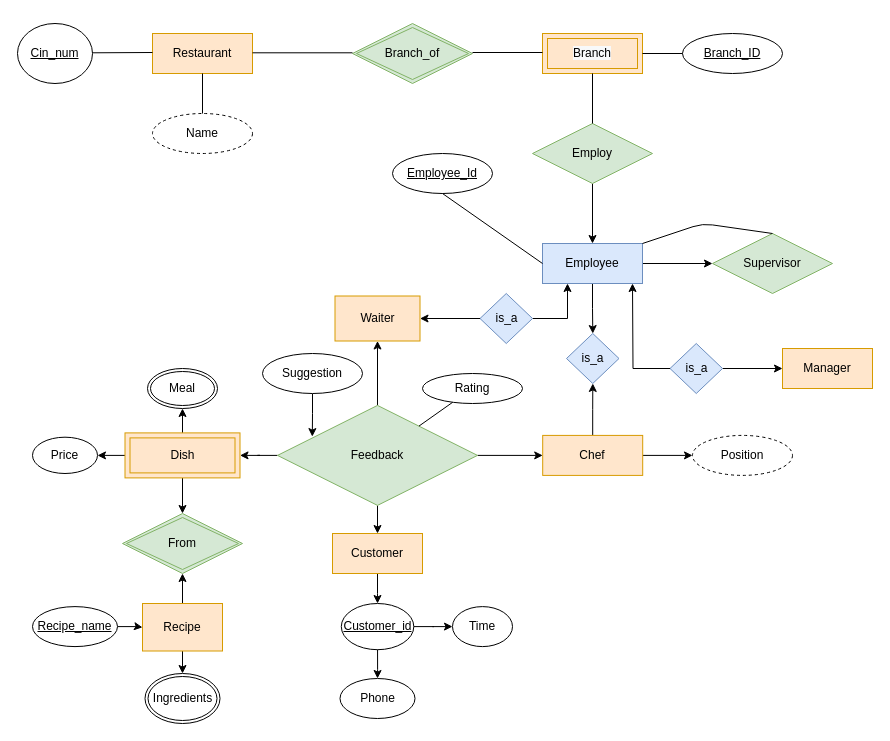
The draw.io diagram Restaurant Ratings.drawio in sarthaka1310/DAA, before the edit. Source tidied: cells renumbered, new cells numbered last; positions are measured from the earlier drawing's top-left corner, leaving out a move shared by most shapes. Both pictures are drawn from the tidied source at 100%, with x=0, y=0 at pixel (17, 23).
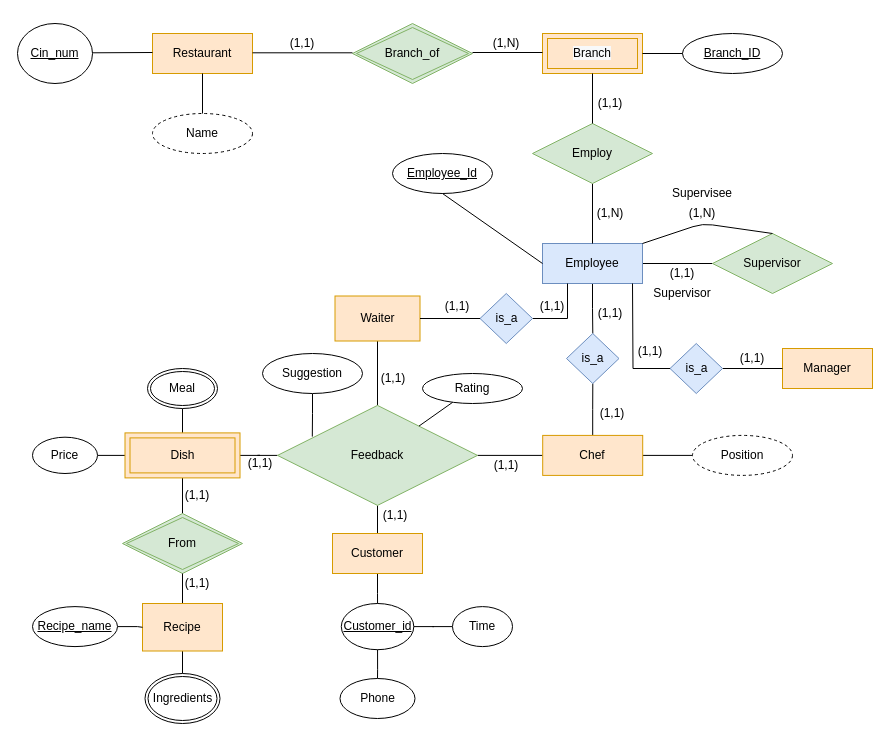
The same diagram, later.

Unchanged cells that the change refers to:
```xml
<mxCell id="6" value="Feedback" style="rhombus;whiteSpace=wrap;html=1;fillColor=#d5e8d4;strokeColor=#82b366;" parent="1" vertex="1">
  <mxGeometry x="260" y="381.9" width="200" height="100" as="geometry" />
</mxCell>
<mxCell id="9" value="Chef" style="whiteSpace=wrap;html=1;align=center;fillColor=#ffe6cc;strokeColor=#d79b00;" parent="1" vertex="1">
  <mxGeometry x="525.2" y="411.9" width="100" height="40" as="geometry" />
</mxCell>
<mxCell id="10" value="Waiter" style="whiteSpace=wrap;html=1;fillColor=#ffe6cc;strokeColor=#d79b00;" parent="1" vertex="1">
  <mxGeometry x="317.5" y="272.5" width="85" height="45" as="geometry" />
</mxCell>
<mxCell id="14" value="Employee" style="whiteSpace=wrap;html=1;align=center;fillColor=#dae8fc;strokeColor=#6c8ebf;" parent="1" vertex="1">
  <mxGeometry x="525" y="220" width="100" height="40" as="geometry" />
</mxCell>
<mxCell id="15" value="Position" style="ellipse;whiteSpace=wrap;html=1;align=center;dashed=1;" parent="1" vertex="1">
  <mxGeometry x="675" y="411.9" width="100" height="40" as="geometry" />
</mxCell>
<mxCell id="19" value="Dish" style="shape=ext;margin=3;double=1;whiteSpace=wrap;html=1;align=center;fillColor=#ffe6cc;strokeColor=#d79b00;" parent="1" vertex="1">
  <mxGeometry x="107.5" y="409.4" width="115" height="45" as="geometry" />
</mxCell>
<mxCell id="23" value="Employ" style="shape=rhombus;perimeter=rhombusPerimeter;whiteSpace=wrap;html=1;align=center;fillColor=#d5e8d4;strokeColor=#82b366;" parent="1" vertex="1">
  <mxGeometry x="515" y="100" width="120" height="60" as="geometry" />
</mxCell>
<mxCell id="27" value="From" style="shape=rhombus;double=1;perimeter=rhombusPerimeter;whiteSpace=wrap;html=1;align=center;fillColor=#d5e8d4;strokeColor=#82b366;" parent="1" vertex="1">
  <mxGeometry x="105" y="490" width="120" height="60" as="geometry" />
</mxCell>
<mxCell id="30" value="Supervisor" style="shape=rhombus;perimeter=rhombusPerimeter;whiteSpace=wrap;html=1;align=center;fillColor=#d5e8d4;strokeColor=#82b366;" parent="1" vertex="1">
  <mxGeometry x="695" y="210" width="120" height="60" as="geometry" />
</mxCell>
<mxCell id="31" value="is_a" style="rhombus;whiteSpace=wrap;html=1;fillColor=#dae8fc;strokeColor=#6c8ebf;" parent="1" vertex="1">
  <mxGeometry x="549" y="310" width="52.5" height="50" as="geometry" />
</mxCell>
<mxCell id="34" value="is_a" style="rhombus;whiteSpace=wrap;html=1;fillColor=#dae8fc;strokeColor=#6c8ebf;" parent="1" vertex="1">
  <mxGeometry x="462.5" y="270" width="52.5" height="50" as="geometry" />
</mxCell>
<mxCell id="36" value="Manager" style="rounded=0;whiteSpace=wrap;html=1;fillColor=#ffe6cc;strokeColor=#d79b00;" parent="1" vertex="1">
  <mxGeometry x="765" y="325" width="90" height="40" as="geometry" />
</mxCell>
<mxCell id="39" value="is_a" style="rhombus;whiteSpace=wrap;html=1;fillColor=#dae8fc;strokeColor=#6c8ebf;" parent="1" vertex="1">
  <mxGeometry x="652.5" y="320" width="52.5" height="50" as="geometry" />
</mxCell>
<mxCell id="41" value="Suggestion" style="ellipse;whiteSpace=wrap;html=1;align=center;" parent="1" vertex="1">
  <mxGeometry x="245" y="330" width="100" height="40" as="geometry" />
</mxCell>
<mxCell id="43" value="Price" style="ellipse;whiteSpace=wrap;html=1;align=center;" parent="1" vertex="1">
  <mxGeometry x="15" y="413.7" width="65" height="36.3" as="geometry" />
</mxCell>
<mxCell id="46" value="Recipe" style="whiteSpace=wrap;html=1;fillColor=#ffe6cc;strokeColor=#d79b00;" parent="1" vertex="1">
  <mxGeometry x="125" y="580" width="80" height="47.5" as="geometry" />
</mxCell>
<mxCell id="49" value="Customer_id" style="ellipse;whiteSpace=wrap;html=1;fillColor=none;fontStyle=4;" parent="1" vertex="1">
  <mxGeometry x="323.8" y="580" width="72.5" height="46.2" as="geometry" />
</mxCell>
<mxCell id="50" value="Ingredients" style="ellipse;shape=doubleEllipse;margin=3;whiteSpace=wrap;html=1;align=center;" parent="1" vertex="1">
  <mxGeometry x="127.5" y="650" width="75" height="50" as="geometry" />
</mxCell>
<mxCell id="52" value="Customer" style="whiteSpace=wrap;html=1;fillColor=#ffe6cc;strokeColor=#d79b00;" parent="1" vertex="1">
  <mxGeometry x="315" y="510" width="90" height="40" as="geometry" />
</mxCell>
<mxCell id="53" value="Meal" style="ellipse;shape=doubleEllipse;margin=3;whiteSpace=wrap;html=1;align=center;" parent="1" vertex="1">
  <mxGeometry x="130" y="345" width="70" height="40" as="geometry" />
</mxCell>
<mxCell id="54" value="Time" style="ellipse;whiteSpace=wrap;html=1;align=center;" parent="1" vertex="1">
  <mxGeometry x="435" y="583.1" width="60" height="40" as="geometry" />
</mxCell>
<mxCell id="55" value="Phone" style="ellipse;whiteSpace=wrap;html=1;align=center;" parent="1" vertex="1">
  <mxGeometry x="322.5" y="655" width="75" height="40" as="geometry" />
</mxCell>
<mxCell id="57" value="Recipe_name" style="ellipse;whiteSpace=wrap;html=1;align=center;fontStyle=4;" parent="1" vertex="1">
  <mxGeometry x="15" y="583.1" width="85" height="40" as="geometry" />
</mxCell>
```

The edit, as a diff of the source:
```diff
@@
-    <mxCell id="2" style="edgeStyle=orthogonalEdgeStyle;rounded=0;jettySize=auto;html=1;" parent="1" edge="1" source="6" target="9">
+    <mxCell id="2" style="edgeStyle=orthogonalEdgeStyle;rounded=0;jettySize=auto;html=1;endArrow=none;endFill=0;" parent="1" edge="1" source="6" target="9">
       <mxGeometry relative="1" as="geometry" />
     </mxCell>
-    <mxCell id="3" style="edgeStyle=orthogonalEdgeStyle;rounded=0;jettySize=auto;html=1;" parent="1" edge="1" source="6" target="10">
+    <mxCell id="3" style="edgeStyle=orthogonalEdgeStyle;rounded=0;jettySize=auto;html=1;endArrow=none;endFill=0;" parent="1" edge="1" source="6" target="10">
       <mxGeometry relative="1" as="geometry" />
     </mxCell>
-    <mxCell id="4" style="edgeStyle=orthogonalEdgeStyle;rounded=0;jettySize=auto;html=1;" parent="1" edge="1" source="6" target="19">
+    <mxCell id="4" style="edgeStyle=orthogonalEdgeStyle;rounded=0;jettySize=auto;html=1;endArrow=none;endFill=0;" parent="1" edge="1" source="6" target="19">
       <mxGeometry relative="1" as="geometry" />
     </mxCell>
-    <mxCell id="5" style="edgeStyle=orthogonalEdgeStyle;rounded=0;jettySize=auto;html=1;" parent="1" edge="1" source="6" target="52">
+    <mxCell id="5" style="edgeStyle=orthogonalEdgeStyle;rounded=0;jettySize=auto;html=1;endArrow=none;endFill=0;" parent="1" edge="1" source="6" target="52">
       <mxGeometry relative="1" as="geometry" />
     </mxCell>
@@
-    <mxCell id="7" style="edgeStyle=orthogonalEdgeStyle;rounded=0;jettySize=auto;html=1;" parent="1" edge="1" source="9" target="15">
+    <mxCell id="7" style="edgeStyle=orthogonalEdgeStyle;rounded=0;jettySize=auto;html=1;endArrow=none;endFill=0;" parent="1" edge="1" source="9" target="15">
       <mxGeometry relative="1" as="geometry" />
     </mxCell>
-    <mxCell id="8" style="edgeStyle=orthogonalEdgeStyle;rounded=0;jettySize=auto;html=1;" parent="1" edge="1" source="9" target="31">
+    <mxCell id="8" style="edgeStyle=orthogonalEdgeStyle;rounded=0;jettySize=auto;html=1;endArrow=none;endFill=0;" parent="1" edge="1" source="9" target="31">
       <mxGeometry relative="1" as="geometry" />
     </mxCell>
@@
-    <mxCell id="12" style="edgeStyle=orthogonalEdgeStyle;rounded=0;jettySize=auto;html=1;" parent="1" edge="1" source="14" target="31">
+    <mxCell id="12" style="edgeStyle=orthogonalEdgeStyle;rounded=0;jettySize=auto;html=1;endArrow=none;endFill=0;" parent="1" edge="1" source="14" target="31">
       <mxGeometry relative="1" as="geometry" />
     </mxCell>
-    <mxCell id="13" style="edgeStyle=orthogonalEdgeStyle;rounded=0;jettySize=auto;html=1;" parent="1" edge="1" source="14" target="30">
+    <mxCell id="13" style="edgeStyle=orthogonalEdgeStyle;rounded=0;jettySize=auto;html=1;endArrow=none;endFill=0;" parent="1" edge="1" source="14" target="30">
       <mxGeometry relative="1" as="geometry" />
     </mxCell>
@@
-    <mxCell id="16" style="edgeStyle=orthogonalEdgeStyle;rounded=0;jettySize=auto;html=1;" parent="1" edge="1" source="19" target="27">
+    <mxCell id="16" style="edgeStyle=orthogonalEdgeStyle;rounded=0;jettySize=auto;html=1;endArrow=none;endFill=0;" parent="1" edge="1" source="19" target="27">
       <mxGeometry relative="1" as="geometry" />
     </mxCell>
-    <mxCell id="17" style="edgeStyle=orthogonalEdgeStyle;rounded=0;jettySize=auto;html=1;" parent="1" edge="1" source="19" target="43">
+    <mxCell id="17" style="edgeStyle=orthogonalEdgeStyle;rounded=0;jettySize=auto;html=1;endArrow=none;endFill=0;" parent="1" edge="1" source="19" target="43">
       <mxGeometry relative="1" as="geometry" />
     </mxCell>
-    <mxCell id="18" style="edgeStyle=orthogonalEdgeStyle;rounded=0;jettySize=auto;html=1;" parent="1" edge="1" source="19" target="53">
+    <mxCell id="18" style="edgeStyle=orthogonalEdgeStyle;rounded=0;jettySize=auto;html=1;endArrow=none;endFill=0;" parent="1" edge="1" source="19" target="53">
       <mxGeometry relative="1" as="geometry" />
     </mxCell>
@@
-    <mxCell id="22" style="edgeStyle=orthogonalEdgeStyle;rounded=0;jettySize=auto;html=1;" parent="1" edge="1" source="23" target="14">
+    <mxCell id="22" style="edgeStyle=orthogonalEdgeStyle;rounded=0;jettySize=auto;html=1;entryX=0.5;entryY=0;entryDx=0;entryDy=0;anchorPointDirection=1;startArrow=none;startFill=0;endArrow=none;endFill=0;" parent="1" edge="1" source="23" target="14">
       <mxGeometry relative="1" as="geometry" />
     </mxCell>
@@
-    <mxCell id="32" style="edgeStyle=orthogonalEdgeStyle;rounded=0;jettySize=auto;html=1;" parent="1" edge="1" source="34" target="10">
+    <mxCell id="32" style="edgeStyle=orthogonalEdgeStyle;rounded=0;jettySize=auto;html=1;endArrow=none;endFill=0;" parent="1" edge="1" source="34" target="10">
       <mxGeometry relative="1" as="geometry" />
     </mxCell>
-    <mxCell id="33" style="edgeStyle=orthogonalEdgeStyle;rounded=0;jettySize=auto;html=1;entryX=0.25;entryY=1;entryDx=0;entryDy=0;" parent="1" edge="1" source="34" target="14">
+    <mxCell id="33" style="edgeStyle=orthogonalEdgeStyle;rounded=0;jettySize=auto;html=1;entryX=0.25;entryY=1;entryDx=0;entryDy=0;endArrow=none;endFill=0;" parent="1" edge="1" source="34" target="14">
       <mxGeometry relative="1" as="geometry" />
     </mxCell>
@@
-    <mxCell id="37" style="edgeStyle=orthogonalEdgeStyle;rounded=0;jettySize=auto;html=1;" parent="1" edge="1" source="39" target="36">
+    <mxCell id="37" style="edgeStyle=orthogonalEdgeStyle;rounded=0;jettySize=auto;html=1;endArrow=none;endFill=0;" parent="1" edge="1" source="39" target="36">
       <mxGeometry relative="1" as="geometry" />
     </mxCell>
-    <mxCell id="38" style="edgeStyle=orthogonalEdgeStyle;rounded=0;jettySize=auto;html=1;" parent="1" edge="1" source="39">
+    <mxCell id="38" style="edgeStyle=orthogonalEdgeStyle;rounded=0;jettySize=auto;html=1;endArrow=none;endFill=0;" parent="1" edge="1" source="39">
       <mxGeometry relative="1" as="geometry">
         <mxPoint x="615" y="260" as="targetPoint" />
       </mxGeometry>
     </mxCell>
@@
-    <mxCell id="40" style="edgeStyle=orthogonalEdgeStyle;rounded=0;jettySize=auto;html=1;entryX=0.174;entryY=0.312;entryDx=0;entryDy=0;entryPerimeter=0;" parent="1" edge="1" source="41" target="6">
+    <mxCell id="40" style="edgeStyle=orthogonalEdgeStyle;rounded=0;jettySize=auto;html=1;entryX=0.174;entryY=0.312;entryDx=0;entryDy=0;entryPerimeter=0;endArrow=none;endFill=0;" parent="1" edge="1" source="41" target="6">
       <mxGeometry relative="1" as="geometry" />
     </mxCell>
@@
-    <mxCell id="44" style="edgeStyle=orthogonalEdgeStyle;rounded=0;jettySize=auto;html=1;" parent="1" edge="1" source="46" target="27">
+    <mxCell id="44" style="edgeStyle=orthogonalEdgeStyle;rounded=0;jettySize=auto;html=1;endArrow=none;endFill=0;" parent="1" edge="1" source="46" target="27">
       <mxGeometry relative="1" as="geometry" />
     </mxCell>
-    <mxCell id="45" style="edgeStyle=orthogonalEdgeStyle;rounded=0;jettySize=auto;html=1;" parent="1" edge="1" source="46" target="50">
+    <mxCell id="45" style="edgeStyle=orthogonalEdgeStyle;rounded=0;jettySize=auto;html=1;endArrow=none;endFill=0;" parent="1" edge="1" source="46" target="50">
       <mxGeometry relative="1" as="geometry" />
     </mxCell>
@@
-    <mxCell id="47" style="edgeStyle=orthogonalEdgeStyle;rounded=0;jettySize=auto;html=1;" parent="1" edge="1" source="49" target="54">
+    <mxCell id="47" style="edgeStyle=orthogonalEdgeStyle;rounded=0;jettySize=auto;html=1;endArrow=none;endFill=0;" parent="1" edge="1" source="49" target="54">
       <mxGeometry relative="1" as="geometry" />
     </mxCell>
-    <mxCell id="48" style="edgeStyle=orthogonalEdgeStyle;rounded=0;jettySize=auto;html=1;" parent="1" edge="1" source="49" target="55">
+    <mxCell id="48" style="edgeStyle=orthogonalEdgeStyle;rounded=0;jettySize=auto;html=1;endArrow=none;endFill=0;" parent="1" edge="1" source="49" target="55">
       <mxGeometry relative="1" as="geometry" />
     </mxCell>
@@
-    <mxCell id="51" style="edgeStyle=orthogonalEdgeStyle;rounded=0;jettySize=auto;html=1;" parent="1" edge="1" source="52" target="49">
+    <mxCell id="51" style="edgeStyle=orthogonalEdgeStyle;rounded=0;jettySize=auto;html=1;endArrow=none;endFill=0;" parent="1" edge="1" source="52" target="49">
       <mxGeometry relative="1" as="geometry" />
     </mxCell>
@@
-    <mxCell id="56" style="edgeStyle=orthogonalEdgeStyle;rounded=0;jettySize=auto;html=1;" parent="1" edge="1" source="57" target="46">
+    <mxCell id="56" style="edgeStyle=orthogonalEdgeStyle;rounded=0;jettySize=auto;html=1;endArrow=none;endFill=0;" parent="1" edge="1" source="57" target="46">
       <mxGeometry relative="1" as="geometry" />
     </mxCell>
@@
+    <mxCell id="65" value="(1,1)" style="text;html=1;strokeColor=none;fillColor=none;align=center;verticalAlign=middle;whiteSpace=wrap;rounded=0;" parent="1" vertex="1">
+      <mxGeometry x="265" y="10" width="40" height="20" as="geometry" />
+    </mxCell>
+    <mxCell id="66" value="(1,N)" style="text;html=1;strokeColor=none;fillColor=none;align=center;verticalAlign=middle;whiteSpace=wrap;rounded=0;" parent="1" vertex="1">
+      <mxGeometry x="468.8" y="10" width="40" height="20" as="geometry" />
+    </mxCell>
+    <mxCell id="67" value="(1,1)" style="text;html=1;strokeColor=none;fillColor=none;align=center;verticalAlign=middle;whiteSpace=wrap;rounded=0;" parent="1" vertex="1">
+      <mxGeometry x="572.5" y="70" width="40" height="20" as="geometry" />
+    </mxCell>
+    <mxCell id="68" value="(1,N)" style="text;html=1;strokeColor=none;fillColor=none;align=center;verticalAlign=middle;whiteSpace=wrap;rounded=0;" parent="1" vertex="1">
+      <mxGeometry x="572.5" y="180" width="40" height="20" as="geometry" />
+    </mxCell>
+    <mxCell id="69" value="(1,N)" style="text;html=1;strokeColor=none;fillColor=none;align=center;verticalAlign=middle;whiteSpace=wrap;rounded=0;" parent="1" vertex="1">
+      <mxGeometry x="665" y="180" width="40" height="20" as="geometry" />
+    </mxCell>
+    <mxCell id="70" value="(1,1)" style="text;html=1;strokeColor=none;fillColor=none;align=center;verticalAlign=middle;whiteSpace=wrap;rounded=0;" parent="1" vertex="1">
+      <mxGeometry x="645" y="240" width="40" height="20" as="geometry" />
+    </mxCell>
+    <mxCell id="71" value="(1,1)" style="text;html=1;strokeColor=none;fillColor=none;align=center;verticalAlign=middle;whiteSpace=wrap;rounded=0;" parent="1" vertex="1">
+      <mxGeometry x="612.5" y="317.5" width="40" height="20" as="geometry" />
+    </mxCell>
+    <mxCell id="72" value="(1,1)" style="text;html=1;strokeColor=none;fillColor=none;align=center;verticalAlign=middle;whiteSpace=wrap;rounded=0;" parent="1" vertex="1">
+      <mxGeometry x="715" y="325" width="40" height="20" as="geometry" />
+    </mxCell>
+    <mxCell id="73" value="(1,1)" style="text;html=1;strokeColor=none;fillColor=none;align=center;verticalAlign=middle;whiteSpace=wrap;rounded=0;" parent="1" vertex="1">
+      <mxGeometry x="572.5" y="280" width="40" height="20" as="geometry" />
+    </mxCell>
+    <mxCell id="74" value="(1,1)" style="text;html=1;strokeColor=none;fillColor=none;align=center;verticalAlign=middle;whiteSpace=wrap;rounded=0;" parent="1" vertex="1">
+      <mxGeometry x="515" y="272.5" width="40" height="20" as="geometry" />
+    </mxCell>
+    <mxCell id="75" value="(1,1)" style="text;html=1;strokeColor=none;fillColor=none;align=center;verticalAlign=middle;whiteSpace=wrap;rounded=0;" parent="1" vertex="1">
+      <mxGeometry x="420" y="272.5" width="40" height="20" as="geometry" />
+    </mxCell>
+    <mxCell id="76" value="(1,1)" style="text;html=1;strokeColor=none;fillColor=none;align=center;verticalAlign=middle;whiteSpace=wrap;rounded=0;" parent="1" vertex="1">
+      <mxGeometry x="575" y="380" width="40" height="20" as="geometry" />
+    </mxCell>
+    <mxCell id="77" value="(1,1)" style="text;html=1;strokeColor=none;fillColor=none;align=center;verticalAlign=middle;whiteSpace=wrap;rounded=0;" parent="1" vertex="1">
+      <mxGeometry x="468.8" y="431.9" width="40" height="20" as="geometry" />
+    </mxCell>
+    <mxCell id="78" value="(1,1)" style="text;html=1;strokeColor=none;fillColor=none;align=center;verticalAlign=middle;whiteSpace=wrap;rounded=0;" parent="1" vertex="1">
+      <mxGeometry x="357.5" y="481.9" width="40" height="20" as="geometry" />
+    </mxCell>
+    <mxCell id="79" value="(1,1)" style="text;html=1;strokeColor=none;fillColor=none;align=center;verticalAlign=middle;whiteSpace=wrap;rounded=0;" parent="1" vertex="1">
+      <mxGeometry x="222.5" y="430" width="40" height="20" as="geometry" />
+    </mxCell>
+    <mxCell id="80" value="(1,1)" style="text;html=1;strokeColor=none;fillColor=none;align=center;verticalAlign=middle;whiteSpace=wrap;rounded=0;" parent="1" vertex="1">
+      <mxGeometry x="160" y="461.9" width="40" height="20" as="geometry" />
+    </mxCell>
+    <mxCell id="81" value="(1,1)" style="text;html=1;strokeColor=none;fillColor=none;align=center;verticalAlign=middle;whiteSpace=wrap;rounded=0;" parent="1" vertex="1">
+      <mxGeometry x="160" y="550" width="40" height="20" as="geometry" />
+    </mxCell>
+    <mxCell id="82" value="(1,1)" style="text;html=1;strokeColor=none;fillColor=none;align=center;verticalAlign=middle;whiteSpace=wrap;rounded=0;" parent="1" vertex="1">
+      <mxGeometry x="356.2" y="345" width="40" height="20" as="geometry" />
+    </mxCell>
+    <mxCell id="83" value="Supervisee" style="text;html=1;strokeColor=none;fillColor=none;align=center;verticalAlign=middle;whiteSpace=wrap;rounded=0;" parent="1" vertex="1">
+      <mxGeometry x="665" y="160" width="40" height="20" as="geometry" />
+    </mxCell>
+    <mxCell id="84" value="Supervisor" style="text;html=1;strokeColor=none;fillColor=none;align=center;verticalAlign=middle;whiteSpace=wrap;rounded=0;" parent="1" vertex="1">
+      <mxGeometry x="645" y="260" width="40" height="20" as="geometry" />
+    </mxCell>
+    <mxCell id="85" style="edgeStyle=orthogonalEdgeStyle;rounded=0;orthogonalLoop=1;jettySize=auto;html=1;exitX=0.5;exitY=1;exitDx=0;exitDy=0;" parent="1" edge="1" source="84" target="84">
+      <mxGeometry relative="1" as="geometry" />
+    </mxCell>
```
